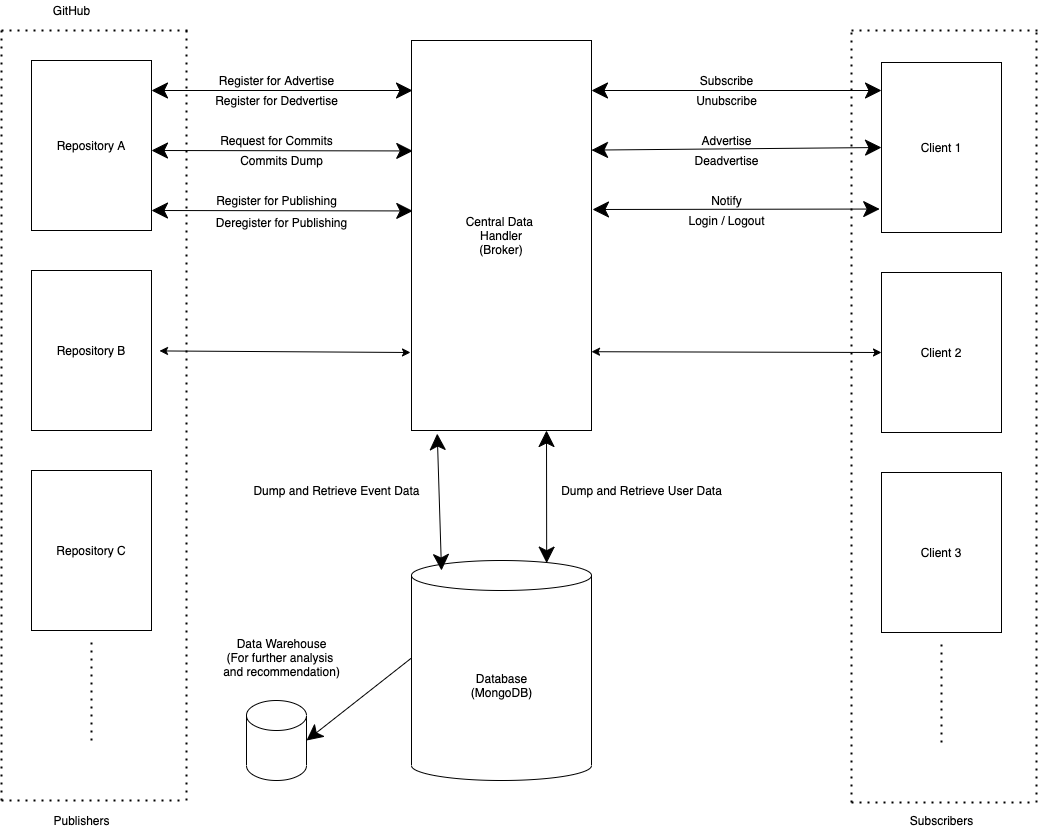
Before: DS-Project-1.png, a diagram exported from draw.io (DaleSid/github-notifier). Source tidied: cells renumbered, new cells last; positions are measured from the earlier drawing's top-left corner, leaving out a move shared by most shapes.
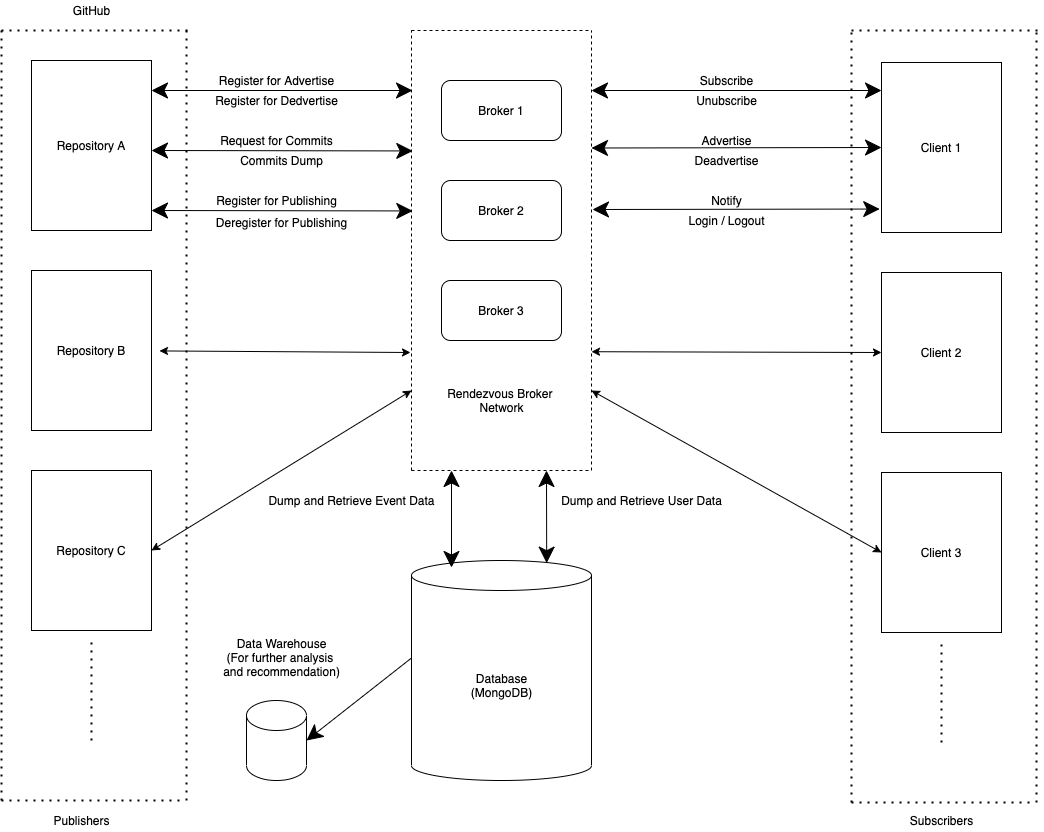
Later version of the same file.

Commit message:
Architcture diagram

Change to the diagram source:
```diff
@@ -44,9 +44,6 @@
     <mxCell id="10" value="Publishers" style="text;html=1;align=center;verticalAlign=middle;strokeColor=none;fillColor=none;" parent="1" vertex="1">
       <mxGeometry x="45" y="810" width="70" height="20" as="geometry" />
     </mxCell>
-    <mxCell id="11" value="GitHub" style="text;html=1;align=center;verticalAlign=middle;strokeColor=none;fillColor=none;" parent="1" vertex="1">
-      <mxGeometry x="45" width="50" height="20" as="geometry" />
-    </mxCell>
     <mxCell id="12" style="shape=cylinder3;whiteSpace=wrap;html=1;boundedLbl=1;backgroundOutline=1;size=15;hachureGap=4;" parent="1" vertex="1">
       <mxGeometry x="410" y="560" width="180" height="220" as="geometry" />
     </mxCell>
@@ -63,11 +60,8 @@
       <mxGeometry relative="1" as="geometry" />
     </mxCell>
     <mxCell id="17" value="Dump and Retrieve Event Data" style="text;html=1;align=center;verticalAlign=middle;strokeColor=none;fillColor=none;" parent="1" vertex="1">
-      <mxGeometry x="245" y="480" width="180" height="20" as="geometry" />
+      <mxGeometry x="260" y="490" width="180" height="20" as="geometry" />
     </mxCell>
-    <mxCell id="18" value="Central Data &lt;br&gt;Handler&lt;br&gt;(Broker)" style="rounded=0;whiteSpace=wrap;html=1;hachureGap=4;" parent="1" vertex="1">
-      <mxGeometry x="410" y="40" width="180" height="390" as="geometry" />
-    </mxCell>
     <mxCell id="19" style="endArrow=classic;startArrow=classic;html=1;startSize=14;endSize=14;sourcePerimeterSpacing=8;targetPerimeterSpacing=8;" parent="1" edge="1">
       <mxGeometry relative="1" as="geometry">
         <mxPoint x="150" y="90" as="sourcePoint" />
@@ -101,16 +95,19 @@
     <mxCell id="26" value="Register for Publishing" style="text;html=1;align=center;verticalAlign=middle;strokeColor=none;fillColor=none;" parent="1" vertex="1">
       <mxGeometry x="205" y="190" width="140" height="20" as="geometry" />
     </mxCell>
-    <mxCell id="27" style="endArrow=classic;startArrow=classic;html=1;startSize=14;endSize=14;sourcePerimeterSpacing=8;targetPerimeterSpacing=8;entryX=0.143;entryY=1.008;entryDx=0;entryDy=0;entryPerimeter=0;" parent="1" edge="1" target="18">
+    <mxCell id="27" style="endArrow=classic;startArrow=classic;html=1;startSize=14;endSize=14;sourcePerimeterSpacing=8;targetPerimeterSpacing=8;entryX=0.143;entryY=1.008;entryDx=0;entryDy=0;entryPerimeter=0;" parent="1" edge="1">
       <mxGeometry relative="1" as="geometry">
-        <mxPoint x="440" y="570" as="sourcePoint" />
+        <mxPoint x="450" y="567" as="sourcePoint" />
+        <mxPoint x="450" y="470" as="targetPoint" />
       </mxGeometry>
     </mxCell>
-    <mxCell id="28" style="endArrow=classic;startArrow=classic;html=1;startSize=14;endSize=14;sourcePerimeterSpacing=8;targetPerimeterSpacing=8;exitX=0.751;exitY=0.012;exitDx=0;exitDy=0;exitPerimeter=0;entryX=0.75;entryY=1;entryDx=0;entryDy=0;" parent="1" edge="1" source="12" target="18">
-      <mxGeometry relative="1" as="geometry" />
+    <mxCell id="28" style="endArrow=classic;startArrow=classic;html=1;startSize=14;endSize=14;sourcePerimeterSpacing=8;targetPerimeterSpacing=8;exitX=0.751;exitY=0.012;exitDx=0;exitDy=0;exitPerimeter=0;entryX=0.75;entryY=1;entryDx=0;entryDy=0;" parent="1" edge="1" source="12">
+      <mxGeometry relative="1" as="geometry">
+        <mxPoint x="545" y="470" as="targetPoint" />
+      </mxGeometry>
     </mxCell>
     <mxCell id="29" value="Dump and Retrieve User Data" style="text;html=1;align=center;verticalAlign=middle;strokeColor=none;fillColor=none;" parent="1" vertex="1">
-      <mxGeometry x="550" y="480" width="180" height="20" as="geometry" />
+      <mxGeometry x="550" y="490" width="180" height="20" as="geometry" />
     </mxCell>
     <mxCell id="30" value="Client 1" style="rounded=0;whiteSpace=wrap;html=1;hachureGap=4;" parent="1" vertex="1">
       <mxGeometry x="880" y="62" width="120" height="170" as="geometry" />
@@ -160,8 +157,9 @@
         <mxPoint x="880" y="90" as="targetPoint" />
       </mxGeometry>
     </mxCell>
-    <mxCell id="40" style="endArrow=classic;startArrow=classic;html=1;startSize=14;endSize=14;sourcePerimeterSpacing=8;targetPerimeterSpacing=8;exitX=1;exitY=0.281;exitDx=0;exitDy=0;exitPerimeter=0;" parent="1" edge="1" source="18">
+    <mxCell id="40" style="endArrow=classic;startArrow=classic;html=1;startSize=14;endSize=14;sourcePerimeterSpacing=8;targetPerimeterSpacing=8;exitX=1;exitY=0.25;exitDx=0;exitDy=0;" parent="1" edge="1">
       <mxGeometry relative="1" as="geometry">
+        <mxPoint x="590" y="147.5" as="sourcePoint" />
         <mxPoint x="880" y="147" as="targetPoint" />
       </mxGeometry>
     </mxCell>
@@ -201,5 +199,54 @@
         <mxPoint x="590" y="351.2" as="sourcePoint" />
       </mxGeometry>
     </mxCell>
+    <mxCell id="11" value="GitHub" style="text;html=1;align=center;verticalAlign=middle;strokeColor=none;fillColor=none;" parent="1" vertex="1">
+      <mxGeometry x="65" width="50" height="20" as="geometry" />
+    </mxCell>
+    <mxCell id="51" style="endArrow=none;dashed=1;html=1;rounded=0;" parent="1" edge="1">
+      <mxGeometry relative="1" as="geometry">
+        <mxPoint x="410" y="470" as="sourcePoint" />
+        <mxPoint x="410" y="30" as="targetPoint" />
+      </mxGeometry>
+    </mxCell>
+    <mxCell id="52" style="endArrow=none;dashed=1;html=1;rounded=0;" parent="1" edge="1">
+      <mxGeometry relative="1" as="geometry">
+        <mxPoint x="590" y="470" as="sourcePoint" />
+        <mxPoint x="590" y="30" as="targetPoint" />
+      </mxGeometry>
+    </mxCell>
+    <mxCell id="53" style="endArrow=none;dashed=1;html=1;rounded=0;" parent="1" edge="1">
+      <mxGeometry relative="1" as="geometry">
+        <mxPoint x="410" y="30" as="sourcePoint" />
+        <mxPoint x="590" y="30" as="targetPoint" />
+      </mxGeometry>
+    </mxCell>
+    <mxCell id="54" style="endArrow=none;dashed=1;html=1;rounded=0;" parent="1" edge="1">
+      <mxGeometry relative="1" as="geometry">
+        <mxPoint x="410" y="470" as="sourcePoint" />
+        <mxPoint x="590" y="470" as="targetPoint" />
+      </mxGeometry>
+    </mxCell>
+    <mxCell id="55" value="Broker 1" style="rounded=1;whiteSpace=wrap;html=1;" parent="1" vertex="1">
+      <mxGeometry x="440" y="80" width="120" height="60" as="geometry" />
+    </mxCell>
+    <mxCell id="56" value="Broker 2" style="rounded=1;whiteSpace=wrap;html=1;" parent="1" vertex="1">
+      <mxGeometry x="440" y="180" width="120" height="60" as="geometry" />
+    </mxCell>
+    <mxCell id="57" value="Broker 3" style="rounded=1;whiteSpace=wrap;html=1;" parent="1" vertex="1">
+      <mxGeometry x="440" y="280" width="120" height="60" as="geometry" />
+    </mxCell>
+    <mxCell id="58" value="Rendezvous Broker &lt;br&gt;Network" style="text;html=1;align=center;verticalAlign=middle;strokeColor=none;fillColor=none;" parent="1" vertex="1">
+      <mxGeometry x="440" y="385" width="120" height="30" as="geometry" />
+    </mxCell>
+    <mxCell id="59" style="endArrow=classic;startArrow=classic;html=1;sourcePerimeterSpacing=8;targetPerimeterSpacing=8;exitX=1;exitY=0.5;exitDx=0;exitDy=0;" parent="1" edge="1" source="4">
+      <mxGeometry relative="1" as="geometry">
+        <mxPoint x="410" y="390" as="targetPoint" />
+      </mxGeometry>
+    </mxCell>
+    <mxCell id="60" style="endArrow=classic;startArrow=classic;html=1;sourcePerimeterSpacing=8;targetPerimeterSpacing=8;entryX=0;entryY=0.5;entryDx=0;entryDy=0;" parent="1" edge="1" target="32">
+      <mxGeometry relative="1" as="geometry">
+        <mxPoint x="590" y="390" as="sourcePoint" />
+      </mxGeometry>
+    </mxCell>
   </root>
 </mxGraphModel>
```
